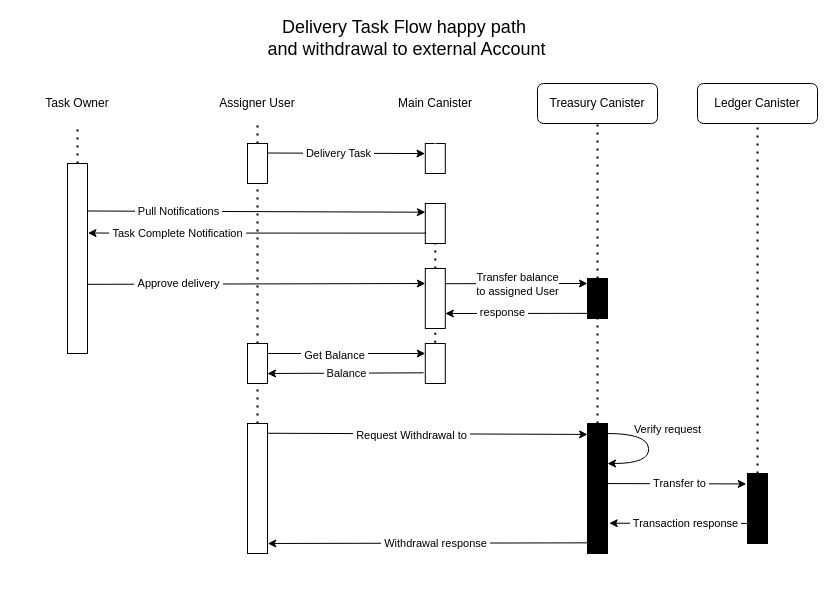
Before: page "Delivery Task Flow" (2 of 3) of diagrams/sequence_diagram.drawio in ArielRobotti/micro_tareas, a draw.io diagram. Source tidied: cells renumbered, new cells numbered last; positions are measured from the earlier drawing's top-left corner, leaving out a move shared by most shapes. Both pictures are drawn from the tidied source at 100%, with x=0, y=0 at pixel (17, 23).
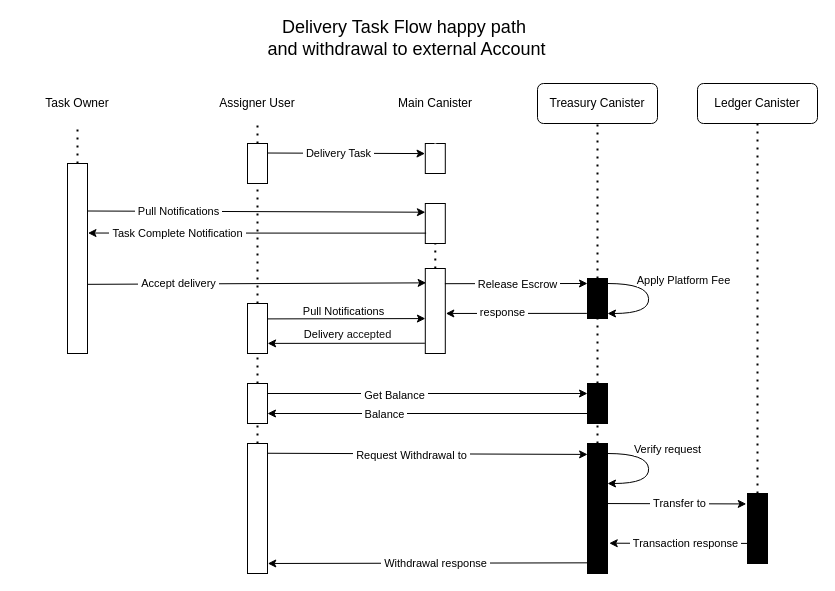
Above is the later version.

The change refers to these unchanged cells:
```xml
<mxCell id="6" style="rounded=0;whiteSpace=wrap;html=1;fillColor=light-dark(#FFFFFF,#1641FF);" parent="1" vertex="1">
  <mxGeometry x="230" y="120" width="20" height="40" as="geometry" />
</mxCell>
<mxCell id="23" style="rounded=0;whiteSpace=wrap;html=1;fillColor=light-dark(#FFFFFF,#1641FF);" parent="1" vertex="1">
  <mxGeometry x="50" y="140" width="20" height="190" as="geometry" />
</mxCell>
<mxCell id="40" style="rounded=0;whiteSpace=wrap;html=1;strokeColor=light-dark(#000000,#C7A52B);fillColor=light-dark(#000000,#C7A52B);" parent="1" vertex="1">
  <mxGeometry x="570" y="255" width="20" height="40" as="geometry" />
</mxCell>
<mxCell id="41" style="endArrow=classic;html=1;rounded=0;exitX=0.956;exitY=0.252;exitDx=0;exitDy=0;entryX=-0.024;entryY=0.124;entryDx=0;entryDy=0;entryPerimeter=0;exitPerimeter=0;" parent="1" edge="1">
  <mxGeometry relative="1" as="geometry">
    <mxPoint x="427.4" y="260.2" as="sourcePoint" />
    <mxPoint x="570" y="260" as="targetPoint" />
  </mxGeometry>
</mxCell>
```

The edit, as a diff of the source:
```diff
@@
     <mxCell id="13" style="rounded=0;whiteSpace=wrap;html=1;strokeColor=light-dark(#000000,#C7A52B);fillColor=light-dark(#000000,#C7A52B);" parent="1" vertex="1">
-      <mxGeometry x="570" y="400" width="20" height="130" as="geometry" />
+      <mxGeometry x="570" y="420" width="20" height="130" as="geometry" />
     </mxCell>
     <mxCell id="14" style="rounded=0;whiteSpace=wrap;html=1;strokeColor=light-dark(#000000,#4D9900);fillColor=light-dark(#000000,#4D9900);" parent="1" vertex="1">
-      <mxGeometry x="730" y="450" width="20" height="70" as="geometry" />
+      <mxGeometry x="730" y="470" width="20" height="70" as="geometry" />
     </mxCell>
@@
     <mxCell id="20" style="curved=1;endArrow=classic;html=1;rounded=0;entryX=1;entryY=0.75;entryDx=0;entryDy=0;" parent="1" edge="1">
       <mxGeometry relative="1" as="geometry">
-        <mxPoint x="590" y="410" as="sourcePoint" />
-        <mxPoint x="590" y="440" as="targetPoint" />
+        <mxPoint x="590" y="430" as="sourcePoint" />
+        <mxPoint x="590" y="460" as="targetPoint" />
         <Array as="points">
-          <mxPoint x="630" y="410" />
-          <mxPoint x="632.2" y="440" />
+          <mxPoint x="630" y="430" />
+          <mxPoint x="632.2" y="460" />
         </Array>
       </mxGeometry>
     </mxCell>
@@
-    <mxCell id="29" style="endArrow=classic;html=1;rounded=0;exitX=1.014;exitY=0.636;exitDx=0;exitDy=0;exitPerimeter=0;entryX=0;entryY=0.25;entryDx=0;entryDy=0;" parent="1" edge="1" source="23" target="33">
+    <mxCell id="29" style="endArrow=classic;html=1;rounded=0;exitX=1.014;exitY=0.636;exitDx=0;exitDy=0;exitPerimeter=0;entryX=0.043;entryY=0.169;entryDx=0;entryDy=0;entryPerimeter=0;" parent="1" edge="1" source="23" target="33">
       <mxGeometry relative="1" as="geometry" />
     </mxCell>
-    <mxCell id="30" value="&amp;nbsp;Approve delivery&amp;nbsp;" style="edgeLabel;html=1;align=center;verticalAlign=middle;" parent="29" vertex="1">
+    <mxCell id="30" value="&amp;nbsp;Accept delivery&amp;nbsp;" style="edgeLabel;html=1;align=center;verticalAlign=middle;" parent="29" vertex="1">
       <mxGeometry x="-0.32" relative="1" as="geometry">
         <mxPoint x="-25" y="-1" as="offset" />
       </mxGeometry>
     </mxCell>
-    <mxCell id="31" style="endArrow=none;dashed=1;html=1;dashPattern=1 3;strokeWidth=2;rounded=0;entryX=0.5;entryY=1;entryDx=0;entryDy=0;exitX=0.5;exitY=0;exitDx=0;exitDy=0;" parent="1" edge="1" source="34" target="6">
+    <mxCell id="31" style="endArrow=none;dashed=1;html=1;dashPattern=1 3;strokeWidth=2;rounded=0;entryX=0.5;entryY=1;entryDx=0;entryDy=0;exitX=0.5;exitY=0;exitDx=0;exitDy=0;" parent="1" edge="1" source="58" target="6">
       <mxGeometry relative="1" as="geometry" />
     </mxCell>
-    <mxCell id="32" style="endArrow=none;dashed=1;html=1;dashPattern=1 3;strokeWidth=2;rounded=0;exitX=0.494;exitY=-0.021;exitDx=0;exitDy=0;entryX=0.5;entryY=1;entryDx=0;entryDy=0;exitPerimeter=0;" parent="1" edge="1" source="35" target="33">
-      <mxGeometry relative="1" as="geometry" />
-    </mxCell>
     <mxCell id="33" style="rounded=0;whiteSpace=wrap;html=1;fillColor=light-dark(#FFFFFF,#00FF00);" parent="1" vertex="1">
-      <mxGeometry x="407.8" y="245" width="20" height="60" as="geometry" />
+      <mxGeometry x="407.8" y="245" width="20" height="85" as="geometry" />
     </mxCell>
     <mxCell id="34" style="rounded=0;whiteSpace=wrap;html=1;fillColor=light-dark(#FFFFFF,#1641FF);" parent="1" vertex="1">
-      <mxGeometry x="230" y="320" width="20" height="40" as="geometry" />
+      <mxGeometry x="230" y="360" width="20" height="40" as="geometry" />
     </mxCell>
-    <mxCell id="35" style="rounded=0;whiteSpace=wrap;html=1;fillColor=light-dark(#FFFFFF,#00FF00);" parent="1" vertex="1">
-      <mxGeometry x="407.8" y="320" width="20" height="40" as="geometry" />
-    </mxCell>
-    <mxCell id="36" style="endArrow=classic;html=1;rounded=0;exitX=1;exitY=0.25;exitDx=0;exitDy=0;entryX=0;entryY=0.25;entryDx=0;entryDy=0;" parent="1" edge="1" source="34" target="35">
+    <mxCell id="36" style="endArrow=classic;html=1;rounded=0;exitX=1;exitY=0.25;exitDx=0;exitDy=0;entryX=0;entryY=0.25;entryDx=0;entryDy=0;" parent="1" edge="1" source="34" target="64">
       <mxGeometry relative="1" as="geometry" />
     </mxCell>
     <mxCell id="37" value="&amp;nbsp;Get Balance&amp;nbsp;" style="edgeLabel;html=1;align=center;verticalAlign=middle;" parent="36" vertex="1">
-      <mxGeometry x="-0.16" y="-1" relative="1" as="geometry" />
+      <mxGeometry x="-0.16" y="-1" relative="1" as="geometry">
+        <mxPoint x="-8" as="offset" />
+      </mxGeometry>
     </mxCell>
@@
-    <mxCell id="42" value="Transfer balance&lt;div&gt;to assigned User&lt;/div&gt;" style="edgeLabel;html=1;align=center;verticalAlign=middle;" parent="41" vertex="1">
+    <mxCell id="42" value="&amp;nbsp;Release Escrow&amp;nbsp;" style="edgeLabel;html=1;align=center;verticalAlign=middle;" parent="41" vertex="1">
       <mxGeometry x="-0.1" y="-1" relative="1" as="geometry">
         <mxPoint x="8" y="-1" as="offset" />
       </mxGeometry>
     </mxCell>
-    <mxCell id="43" style="endArrow=classic;html=1;rounded=0;exitX=-0.031;exitY=0.872;exitDx=0;exitDy=0;entryX=1;entryY=0.75;entryDx=0;entryDy=0;exitPerimeter=0;" parent="1" edge="1" source="40" target="33">
+    <mxCell id="43" style="endArrow=classic;html=1;rounded=0;exitX=-0.031;exitY=0.872;exitDx=0;exitDy=0;entryX=1.027;entryY=0.529;entryDx=0;entryDy=0;exitPerimeter=0;entryPerimeter=0;" parent="1" edge="1" source="40" target="33">
       <mxGeometry relative="1" as="geometry" />
     </mxCell>
@@
-    <mxCell id="45" style="endArrow=classic;html=1;rounded=0;exitX=-0.084;exitY=0.733;exitDx=0;exitDy=0;exitPerimeter=0;entryX=1;entryY=0.75;entryDx=0;entryDy=0;" parent="1" edge="1" source="35" target="34">
+    <mxCell id="45" style="endArrow=classic;html=1;rounded=0;exitX=0;exitY=0.75;exitDx=0;exitDy=0;entryX=1;entryY=0.75;entryDx=0;entryDy=0;" parent="1" edge="1" source="64" target="34">
       <mxGeometry relative="1" as="geometry" />
     </mxCell>
     <mxCell id="46" value="&amp;nbsp;Balance&amp;nbsp;" style="edgeLabel;html=1;align=center;verticalAlign=middle;" parent="45" vertex="1">
-      <mxGeometry relative="1" as="geometry" />
+      <mxGeometry relative="1" as="geometry">
+        <mxPoint x="-44" as="offset" />
+      </mxGeometry>
     </mxCell>
@@
     <mxCell id="48" style="rounded=0;whiteSpace=wrap;html=1;fillColor=light-dark(#FFFFFF,#1641FF);" parent="1" vertex="1">
-      <mxGeometry x="230" y="400" width="20" height="130" as="geometry" />
+      <mxGeometry x="230" y="420" width="20" height="130" as="geometry" />
     </mxCell>
-    <mxCell id="49" style="endArrow=none;dashed=1;html=1;dashPattern=1 3;strokeWidth=2;rounded=0;entryX=0.5;entryY=1;entryDx=0;entryDy=0;exitX=0.5;exitY=0;exitDx=0;exitDy=0;strokeColor=light-dark(#000000,#C7A52B);" parent="1" edge="1" source="13" target="40">
+    <mxCell id="49" style="endArrow=none;dashed=1;html=1;dashPattern=1 3;strokeWidth=2;rounded=0;entryX=0.5;entryY=1;entryDx=0;entryDy=0;exitX=0.5;exitY=0;exitDx=0;exitDy=0;strokeColor=light-dark(#000000,#C7A52B);" parent="1" edge="1" source="64" target="40">
       <mxGeometry relative="1" as="geometry" />
     </mxCell>
@@
+    <mxCell id="56" style="curved=1;endArrow=classic;html=1;rounded=0;entryX=1;entryY=0.75;entryDx=0;entryDy=0;" parent="1" edge="1">
+      <mxGeometry relative="1" as="geometry">
+        <mxPoint x="590" y="260" as="sourcePoint" />
+        <mxPoint x="590" y="290" as="targetPoint" />
+        <Array as="points">
+          <mxPoint x="630" y="260" />
+          <mxPoint x="632.2" y="290" />
+        </Array>
+      </mxGeometry>
+    </mxCell>
+    <mxCell id="57" value="Apply Platform Fee" style="edgeLabel;html=1;align=center;verticalAlign=middle;" parent="56" vertex="1">
+      <mxGeometry x="-0.06" y="-1" relative="1" as="geometry">
+        <mxPoint x="36" y="-17" as="offset" />
+      </mxGeometry>
+    </mxCell>
+    <mxCell id="58" style="rounded=0;whiteSpace=wrap;html=1;fillColor=light-dark(#FFFFFF,#1641FF);" parent="1" vertex="1">
+      <mxGeometry x="230" y="280" width="20" height="50" as="geometry" />
+    </mxCell>
+    <mxCell id="59" style="endArrow=none;dashed=1;html=1;dashPattern=1 3;strokeWidth=2;rounded=0;exitX=0.5;exitY=0;exitDx=0;exitDy=0;entryX=0.5;entryY=1;entryDx=0;entryDy=0;" parent="1" edge="1" source="34" target="58">
+      <mxGeometry relative="1" as="geometry" />
+    </mxCell>
+    <mxCell id="60" style="endArrow=classic;html=1;rounded=0;exitX=1;exitY=0.25;exitDx=0;exitDy=0;entryX=0.005;entryY=0.589;entryDx=0;entryDy=0;entryPerimeter=0;" parent="1" edge="1" target="33">
+      <mxGeometry relative="1" as="geometry">
+        <mxPoint x="250" y="295.4" as="sourcePoint" />
+      </mxGeometry>
+    </mxCell>
+    <mxCell id="61" value="&amp;nbsp;Pull Notifications&amp;nbsp;" style="edgeLabel;html=1;align=center;verticalAlign=middle;" parent="60" vertex="1">
+      <mxGeometry x="-0.02" y="1" relative="1" as="geometry">
+        <mxPoint x="-1" y="-7" as="offset" />
+      </mxGeometry>
+    </mxCell>
+    <mxCell id="62" value="&amp;nbsp; &amp;nbsp;Delivery &lt;font color=&quot;#121212&quot;&gt;accepted&lt;/font&gt;&amp;nbsp;" style="edgeLabel;html=1;align=center;verticalAlign=middle;" parent="1" vertex="1">
+      <mxGeometry x="326" y="310" as="geometry" />
+    </mxCell>
+    <mxCell id="63" style="endArrow=classic;html=1;rounded=0;entryX=1.006;entryY=0.798;entryDx=0;entryDy=0;entryPerimeter=0;exitX=-0.019;exitY=0.879;exitDx=0;exitDy=0;exitPerimeter=0;" parent="1" edge="1" source="33" target="58">
+      <mxGeometry relative="1" as="geometry" />
+    </mxCell>
+    <mxCell id="64" style="rounded=0;whiteSpace=wrap;html=1;strokeColor=light-dark(#000000,#C7A52B);fillColor=light-dark(#000000,#C7A52B);" parent="1" vertex="1">
+      <mxGeometry x="570" y="360" width="20" height="40" as="geometry" />
+    </mxCell>
+    <mxCell id="65" style="endArrow=none;dashed=1;html=1;dashPattern=1 3;strokeWidth=2;rounded=0;entryX=0.5;entryY=1;entryDx=0;entryDy=0;exitX=0.5;exitY=0;exitDx=0;exitDy=0;strokeColor=light-dark(#000000,#C7A52B);" parent="1" edge="1" source="13" target="64">
+      <mxGeometry relative="1" as="geometry" />
+    </mxCell>
```
